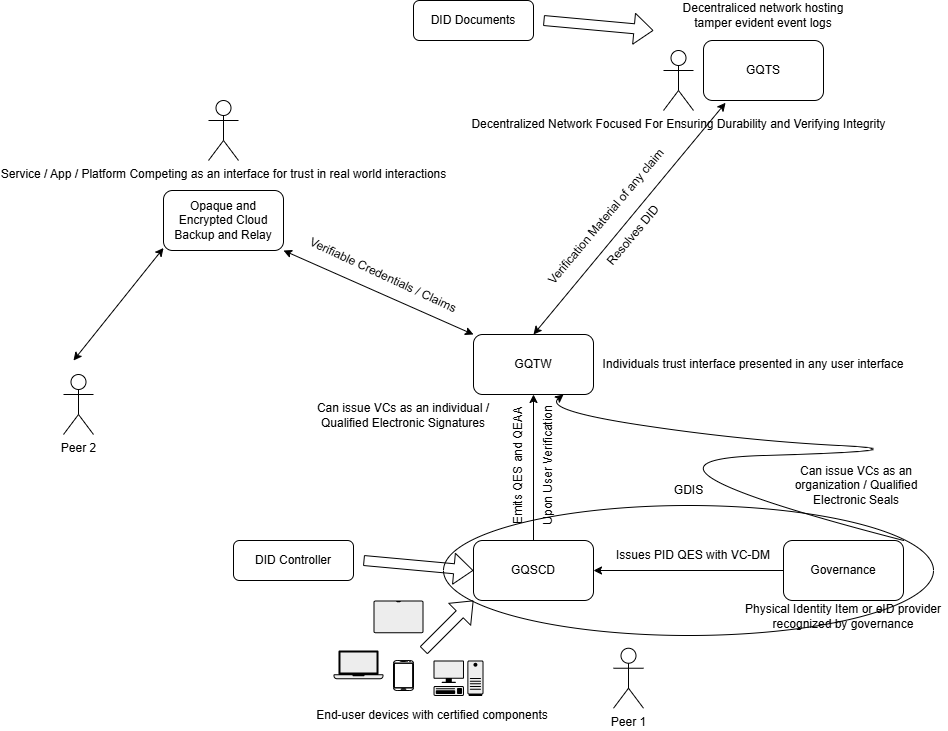
Earlier version of the draw.io export gidas.drawio.png (z-base/gidas). Source tidied: cells renumbered, new cells last; positions are measured from the earlier drawing's top-left corner, leaving out a move shared by most shapes.
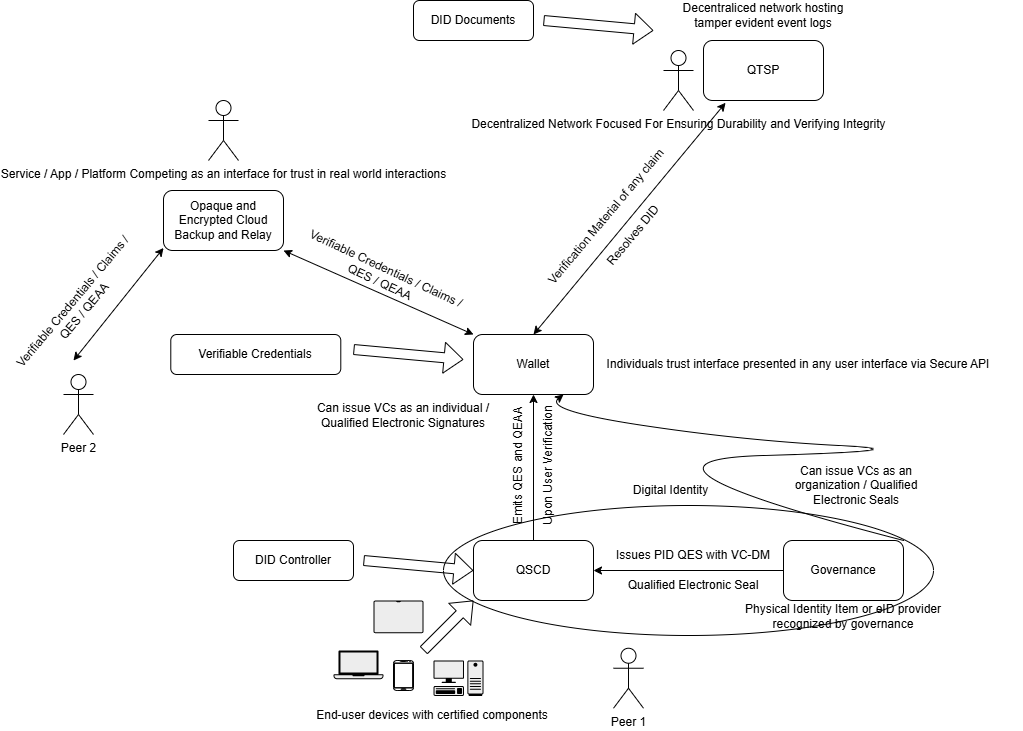
The same diagram one commit later.

The edit, as a diff of the source:
```diff
@@ -2,6 +2,9 @@
   <root>
     <mxCell id="0" />
     <mxCell id="1" parent="0" />
+    <mxCell id="16" style="ellipse;whiteSpace=wrap;html=1;fillColor=none;" parent="1" vertex="1">
+      <mxGeometry x="380" y="505" width="490" height="130" as="geometry" />
+    </mxCell>
     <mxCell id="2" style="edgeStyle=orthogonalEdgeStyle;rounded=0;jettySize=auto;html=1;" parent="1" edge="1" source="3">
       <mxGeometry relative="1" as="geometry">
         <mxPoint x="530" y="570" as="targetPoint" />
@@ -13,13 +16,13 @@
     <mxCell id="4" style="edgeStyle=orthogonalEdgeStyle;rounded=0;jettySize=auto;html=1;" parent="1" edge="1" source="5" target="7">
       <mxGeometry relative="1" as="geometry" />
     </mxCell>
-    <mxCell id="5" value="GQSCD" style="rounded=1;whiteSpace=wrap;html=1;" parent="1" vertex="1">
+    <mxCell id="5" value="QSCD" style="rounded=1;whiteSpace=wrap;html=1;" parent="1" vertex="1">
       <mxGeometry x="410" y="540" width="120" height="60" as="geometry" />
     </mxCell>
     <mxCell id="6" value="Issues PID QES with VC-DM" style="text;html=1;whiteSpace=wrap;strokeColor=none;fillColor=none;align=center;verticalAlign=middle;rounded=0;" parent="1" vertex="1">
       <mxGeometry x="540" y="540" width="180" height="30" as="geometry" />
     </mxCell>
-    <mxCell id="7" value="GQTW" style="rounded=1;whiteSpace=wrap;html=1;" parent="1" vertex="1">
+    <mxCell id="7" value="Wallet" style="rounded=1;whiteSpace=wrap;html=1;" parent="1" vertex="1">
       <mxGeometry x="410" y="334" width="120" height="60" as="geometry" />
     </mxCell>
     <mxCell id="8" style="shape=flexArrow;endArrow=classic;html=1;rounded=0;" parent="1" edge="1">
@@ -46,14 +49,11 @@
     <mxCell id="14" value="Physical Identity Item or eID provider recognized by governance" style="text;html=1;whiteSpace=wrap;strokeColor=none;fillColor=none;align=center;verticalAlign=middle;rounded=0;" parent="1" vertex="1">
       <mxGeometry x="675" y="601.4" width="210" height="30" as="geometry" />
     </mxCell>
-    <mxCell id="15" value="GQTS" style="rounded=1;whiteSpace=wrap;html=1;" parent="1" vertex="1">
+    <mxCell id="15" value="QTSP" style="rounded=1;whiteSpace=wrap;html=1;" parent="1" vertex="1">
       <mxGeometry x="640" y="40" width="120" height="60" as="geometry" />
     </mxCell>
-    <mxCell id="16" style="ellipse;whiteSpace=wrap;html=1;fillColor=none;" parent="1" vertex="1">
-      <mxGeometry x="380" y="505" width="490" height="130" as="geometry" />
-    </mxCell>
-    <mxCell id="17" value="GDIS" style="text;html=1;whiteSpace=wrap;strokeColor=none;fillColor=none;align=center;verticalAlign=middle;rounded=0;" parent="1" vertex="1">
-      <mxGeometry x="537.5" y="475" width="175" height="30" as="geometry" />
+    <mxCell id="17" value="Digital Identity" style="text;html=1;whiteSpace=wrap;strokeColor=none;fillColor=none;align=center;verticalAlign=middle;rounded=0;" parent="1" vertex="1">
+      <mxGeometry x="520" y="475" width="175" height="30" as="geometry" />
     </mxCell>
     <mxCell id="18" style="shape=flexArrow;endArrow=classic;html=1;rounded=0;entryX=0.061;entryY=0.5;entryDx=0;entryDy=0;entryPerimeter=0;" parent="1" edge="1" target="16">
       <mxGeometry relative="1" as="geometry">
@@ -78,14 +78,14 @@
     <mxCell id="24" value="Emits QES and QEAA" style="text;html=1;whiteSpace=wrap;strokeColor=none;fillColor=none;align=center;verticalAlign=middle;rounded=0;rotation=-90;" parent="1" vertex="1">
       <mxGeometry x="390" y="440" width="130" height="50" as="geometry" />
     </mxCell>
-    <mxCell id="25" value="Verifiable Credentials / Claims" style="text;html=1;whiteSpace=wrap;strokeColor=none;fillColor=none;align=center;verticalAlign=middle;rounded=0;rotation=25;" parent="1" vertex="1">
+    <mxCell id="25" value="Verifiable Credentials / Claims / QES / QEAA" style="text;html=1;whiteSpace=wrap;strokeColor=none;fillColor=none;align=center;verticalAlign=middle;rounded=0;rotation=25;" parent="1" vertex="1">
       <mxGeometry x="230" y="250" width="180" height="50" as="geometry" />
     </mxCell>
     <mxCell id="26" value="Verification Material of any claim" style="text;html=1;whiteSpace=wrap;strokeColor=none;fillColor=none;align=center;verticalAlign=middle;rounded=0;rotation=-50;" parent="1" vertex="1">
       <mxGeometry x="448.2" y="191.2" width="190" height="50" as="geometry" />
     </mxCell>
-    <mxCell id="27" value="Individuals trust interface presented in any user interface" style="text;html=1;whiteSpace=wrap;strokeColor=none;fillColor=none;align=center;verticalAlign=middle;rounded=0;" parent="1" vertex="1">
-      <mxGeometry x="510" y="349" width="360" height="30" as="geometry" />
+    <mxCell id="27" value="Individuals trust interface presented in any user interface via Secure API" style="text;html=1;whiteSpace=wrap;strokeColor=none;fillColor=none;align=center;verticalAlign=middle;rounded=0;" parent="1" vertex="1">
+      <mxGeometry x="510" y="349" width="450" height="30" as="geometry" />
     </mxCell>
     <mxCell id="28" style="endArrow=classic;startArrow=classic;html=1;rounded=0;entryX=0.445;entryY=1.009;entryDx=0;entryDy=0;entryPerimeter=0;" parent="1" edge="1">
       <mxGeometry relative="1" as="geometry">
@@ -136,5 +136,20 @@
     <mxCell id="39" value="Upon User Verification" style="text;html=1;whiteSpace=wrap;strokeColor=none;fillColor=none;align=center;verticalAlign=middle;rounded=0;rotation=-90;" parent="1" vertex="1">
       <mxGeometry x="420" y="440" width="130" height="50" as="geometry" />
     </mxCell>
+    <mxCell id="40" value="Verifiable Credentials" style="rounded=1;whiteSpace=wrap;html=1;" parent="1" vertex="1">
+      <mxGeometry x="107.3" y="334" width="170" height="40" as="geometry" />
+    </mxCell>
+    <mxCell id="41" value="Verifiable Credentials / Claims / QES / QEAA" style="text;html=1;whiteSpace=wrap;strokeColor=none;fillColor=none;align=center;verticalAlign=middle;rounded=0;rotation=-50;" parent="1" vertex="1">
+      <mxGeometry x="-77.3" y="290" width="184.6" height="32.3" as="geometry" />
+    </mxCell>
+    <mxCell id="42" style="shape=flexArrow;endArrow=classic;html=1;rounded=0;entryX=0.061;entryY=0.5;entryDx=0;entryDy=0;entryPerimeter=0;" parent="1" edge="1">
+      <mxGeometry relative="1" as="geometry">
+        <mxPoint x="290" y="349" as="sourcePoint" />
+        <mxPoint x="400" y="359" as="targetPoint" />
+      </mxGeometry>
+    </mxCell>
+    <mxCell id="43" value="Qualified Electronic Seal" style="text;html=1;whiteSpace=wrap;strokeColor=none;fillColor=none;align=center;verticalAlign=middle;rounded=0;" parent="1" vertex="1">
+      <mxGeometry x="540" y="570" width="180" height="30" as="geometry" />
+    </mxCell>
   </root>
 </mxGraphModel>
```
